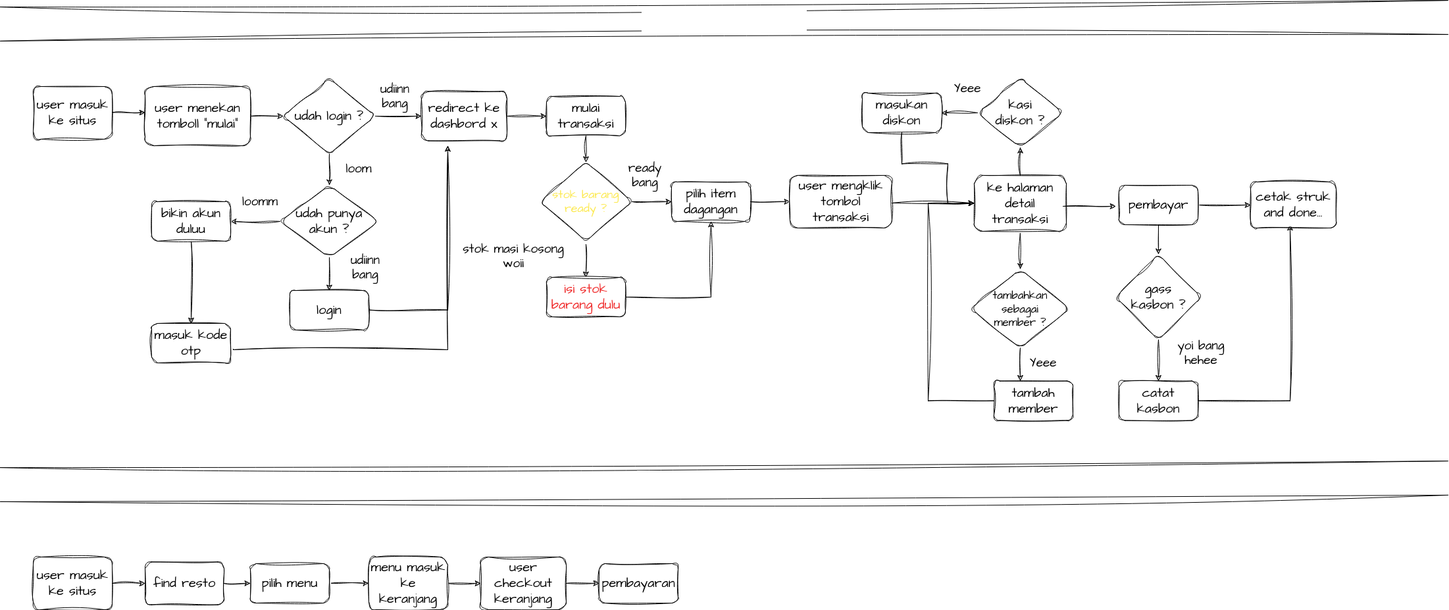
Earlier version of the draw.io export Untitled Diagram.drawio.png (Petrichor-Dev/mypos). Source tidied: cells renumbered, new cells last; positions are measured from the earlier drawing's top-left corner, leaving out a move shared by most shapes.
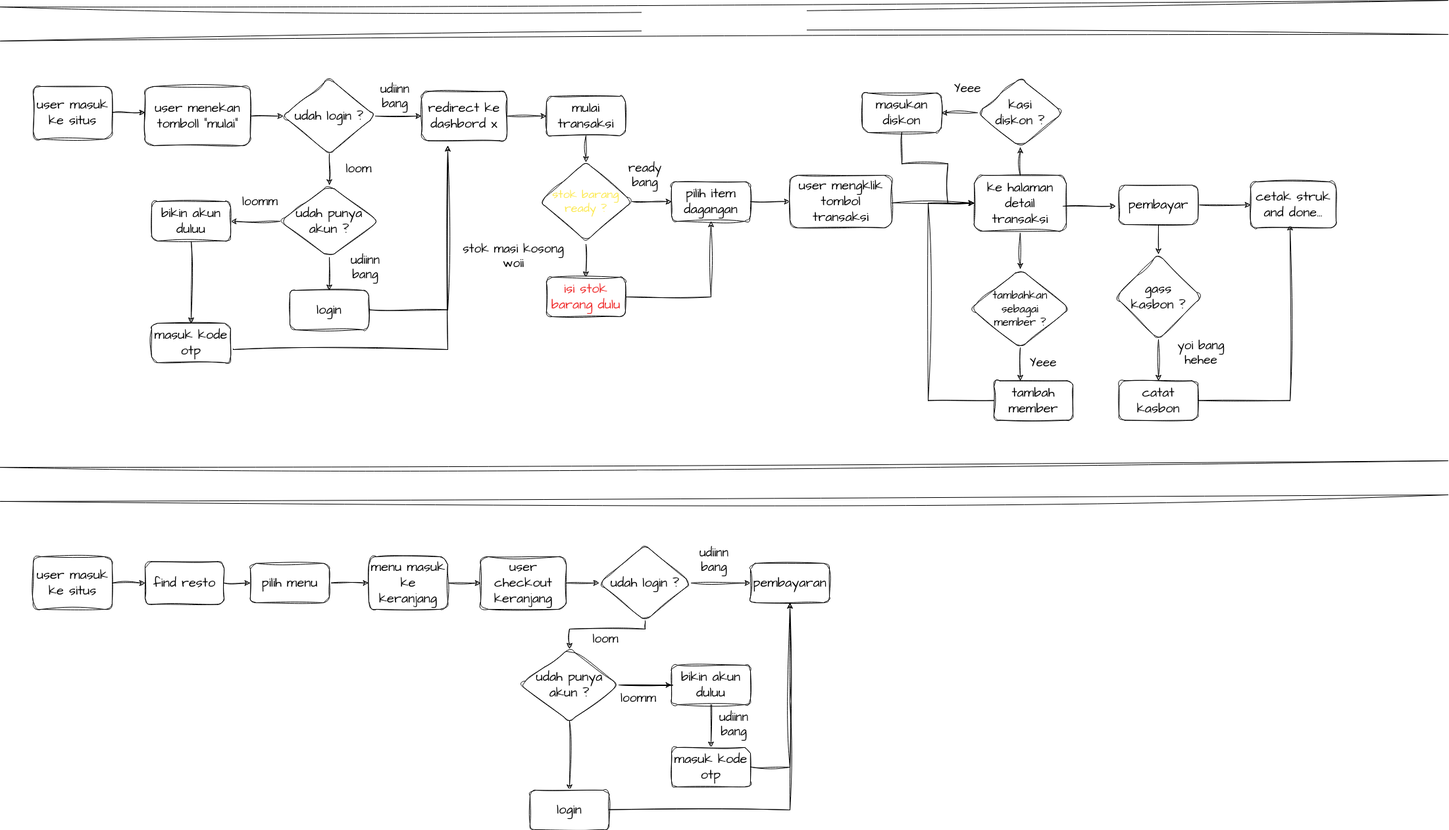
The same file after the commit.

Change to the diagram source:
```diff
@@ -266,14 +266,84 @@
     <mxCell id="73" value="menu masuk ke keranjang" style="whiteSpace=wrap;html=1;fontSize=20;fontFamily=Architects Daughter;rounded=1;sketch=1;curveFitting=1;jiggle=2;hachureGap=4;fontSource=https%3A%2F%2Ffonts.googleapis.com%2Fcss%3Ffamily%3DArchitects%2BDaughter;labelBackgroundColor=none;" parent="1" vertex="1">
       <mxGeometry x="560" y="820" width="120" height="80" as="geometry" />
     </mxCell>
-    <mxCell id="74" style="edgeStyle=orthogonalEdgeStyle;rounded=0;sketch=1;hachureGap=4;jiggle=2;curveFitting=1;jettySize=auto;html=1;fontFamily=Architects Daughter;fontSource=https%3A%2F%2Ffonts.googleapis.com%2Fcss%3Ffamily%3DArchitects%2BDaughter;fontSize=16;" parent="1" edge="1" source="75" target="76">
-      <mxGeometry relative="1" as="geometry" />
+    <mxCell id="74" style="edgeStyle=orthogonalEdgeStyle;rounded=0;sketch=1;hachureGap=4;jiggle=2;curveFitting=1;jettySize=auto;html=1;fontFamily=Architects Daughter;fontSource=https%3A%2F%2Ffonts.googleapis.com%2Fcss%3Ffamily%3DArchitects%2BDaughter;fontSize=16;" parent="1" edge="1" source="75">
+      <mxGeometry relative="1" as="geometry">
+        <mxPoint x="910" y="860" as="targetPoint" />
+      </mxGeometry>
     </mxCell>
     <mxCell id="75" value="user checkout keranjang" style="whiteSpace=wrap;html=1;fontSize=20;fontFamily=Architects Daughter;rounded=1;sketch=1;curveFitting=1;jiggle=2;hachureGap=4;fontSource=https%3A%2F%2Ffonts.googleapis.com%2Fcss%3Ffamily%3DArchitects%2BDaughter;labelBackgroundColor=none;" parent="1" vertex="1">
       <mxGeometry x="730" y="820" width="130" height="80" as="geometry" />
     </mxCell>
+    <mxCell id="77" style="edgeStyle=orthogonalEdgeStyle;rounded=0;sketch=1;hachureGap=4;jiggle=2;curveFitting=1;jettySize=auto;html=1;fontFamily=Architects Daughter;fontSource=https%3A%2F%2Ffonts.googleapis.com%2Fcss%3Ffamily%3DArchitects%2BDaughter;fontSize=17;labelBackgroundColor=none;fontColor=default;entryX=0.5;entryY=0;entryDx=0;entryDy=0;" parent="1" edge="1" source="79" target="90">
+      <mxGeometry relative="1" as="geometry">
+        <Array as="points">
+          <mxPoint x="980" y="930" />
+          <mxPoint x="865" y="930" />
+        </Array>
+      </mxGeometry>
+    </mxCell>
+    <mxCell id="78" style="edgeStyle=orthogonalEdgeStyle;rounded=0;sketch=1;hachureGap=4;jiggle=2;curveFitting=1;jettySize=auto;html=1;fontFamily=Architects Daughter;fontSource=https%3A%2F%2Ffonts.googleapis.com%2Fcss%3Ffamily%3DArchitects%2BDaughter;fontSize=16;" parent="1" edge="1" source="79" target="76">
+      <mxGeometry relative="1" as="geometry" />
+    </mxCell>
+    <mxCell id="79" value="udah login ?" style="rhombus;whiteSpace=wrap;html=1;fontSize=20;fontFamily=Architects Daughter;rounded=1;sketch=1;curveFitting=1;jiggle=2;hachureGap=4;fontSource=https%3A%2F%2Ffonts.googleapis.com%2Fcss%3Ffamily%3DArchitects%2BDaughter;labelBackgroundColor=none;" parent="1" vertex="1">
+      <mxGeometry x="910" y="802.5" width="140" height="115" as="geometry" />
+    </mxCell>
+    <mxCell id="80" value="&lt;font style=&quot;font-size: 19px;&quot;&gt;udiinn bang&lt;/font&gt;" style="text;strokeColor=none;align=center;fillColor=none;html=1;verticalAlign=middle;whiteSpace=wrap;rounded=0;sketch=1;hachureGap=4;jiggle=2;curveFitting=1;fontFamily=Architects Daughter;fontSource=https%3A%2F%2Ffonts.googleapis.com%2Fcss%3Ffamily%3DArchitects%2BDaughter;fontSize=19;labelBackgroundColor=none;" parent="1" vertex="1">
+      <mxGeometry x="1070" y="1060" width="90" height="30" as="geometry" />
+    </mxCell>
+    <mxCell id="81" value="&lt;font style=&quot;font-size: 19px;&quot;&gt;udiinn bang&lt;/font&gt;" style="text;strokeColor=none;align=center;fillColor=none;html=1;verticalAlign=middle;whiteSpace=wrap;rounded=0;sketch=1;hachureGap=4;jiggle=2;curveFitting=1;fontFamily=Architects Daughter;fontSource=https%3A%2F%2Ffonts.googleapis.com%2Fcss%3Ffamily%3DArchitects%2BDaughter;fontSize=19;labelBackgroundColor=none;" parent="1" vertex="1">
+      <mxGeometry x="1055" y="810" width="60" height="30" as="geometry" />
+    </mxCell>
+    <mxCell id="82" value="&lt;font style=&quot;font-size: 19px;&quot;&gt;loomm&lt;/font&gt;" style="text;strokeColor=none;align=center;fillColor=none;html=1;verticalAlign=middle;whiteSpace=wrap;rounded=0;sketch=1;hachureGap=4;jiggle=2;curveFitting=1;fontFamily=Architects Daughter;fontSource=https%3A%2F%2Ffonts.googleapis.com%2Fcss%3Ffamily%3DArchitects%2BDaughter;fontSize=19;labelBackgroundColor=none;" parent="1" vertex="1">
+      <mxGeometry x="940" y="1020" width="60" height="30" as="geometry" />
+    </mxCell>
+    <mxCell id="83" value="&lt;font style=&quot;font-size: 19px;&quot;&gt;loom&lt;/font&gt;" style="text;strokeColor=none;align=center;fillColor=none;html=1;verticalAlign=middle;whiteSpace=wrap;rounded=0;sketch=1;hachureGap=4;jiggle=2;curveFitting=1;fontFamily=Architects Daughter;fontSource=https%3A%2F%2Ffonts.googleapis.com%2Fcss%3Ffamily%3DArchitects%2BDaughter;fontSize=19;labelBackgroundColor=none;" parent="1" vertex="1">
+      <mxGeometry x="890" y="930" width="60" height="30" as="geometry" />
+    </mxCell>
+    <mxCell id="84" style="edgeStyle=orthogonalEdgeStyle;rounded=0;sketch=1;hachureGap=4;jiggle=2;curveFitting=1;jettySize=auto;html=1;fontFamily=Architects Daughter;fontSource=https%3A%2F%2Ffonts.googleapis.com%2Fcss%3Ffamily%3DArchitects%2BDaughter;fontSize=16;" parent="1" edge="1" source="90" target="86">
+      <mxGeometry relative="1" as="geometry" />
+    </mxCell>
+    <mxCell id="85" style="edgeStyle=orthogonalEdgeStyle;rounded=0;sketch=1;hachureGap=4;jiggle=2;curveFitting=1;jettySize=auto;html=1;fontFamily=Architects Daughter;fontSource=https%3A%2F%2Ffonts.googleapis.com%2Fcss%3Ffamily%3DArchitects%2BDaughter;fontSize=16;startArrow=none;" parent="1" edge="1" source="90" target="87">
+      <mxGeometry relative="1" as="geometry" />
+    </mxCell>
+    <mxCell id="86" value="bikin akun duluu" style="whiteSpace=wrap;html=1;fontSize=20;fontFamily=Architects Daughter;rounded=1;sketch=1;curveFitting=1;jiggle=2;hachureGap=4;fontSource=https%3A%2F%2Ffonts.googleapis.com%2Fcss%3Ffamily%3DArchitects%2BDaughter;labelBackgroundColor=none;" parent="1" vertex="1">
+      <mxGeometry x="1020" y="985" width="120" height="60" as="geometry" />
+    </mxCell>
+    <mxCell id="87" value="masuk kode otp" style="whiteSpace=wrap;html=1;fontSize=20;fontFamily=Architects Daughter;rounded=1;sketch=1;curveFitting=1;jiggle=2;hachureGap=4;fontSource=https%3A%2F%2Ffonts.googleapis.com%2Fcss%3Ffamily%3DArchitects%2BDaughter;labelBackgroundColor=none;" parent="1" vertex="1">
+      <mxGeometry x="1020" y="1110" width="120" height="60" as="geometry" />
+    </mxCell>
     <mxCell id="76" value="pembayaran" style="whiteSpace=wrap;html=1;fontSize=20;fontFamily=Architects Daughter;rounded=1;sketch=1;curveFitting=1;jiggle=2;hachureGap=4;fontSource=https%3A%2F%2Ffonts.googleapis.com%2Fcss%3Ffamily%3DArchitects%2BDaughter;labelBackgroundColor=none;" parent="1" vertex="1">
-      <mxGeometry x="910" y="830" width="120" height="60" as="geometry" />
+      <mxGeometry x="1140" y="830" width="120" height="60" as="geometry" />
     </mxCell>
+    <mxCell id="88" style="edgeStyle=orthogonalEdgeStyle;rounded=0;sketch=1;hachureGap=4;jiggle=2;curveFitting=1;jettySize=auto;html=1;fontFamily=Architects Daughter;fontSource=https%3A%2F%2Ffonts.googleapis.com%2Fcss%3Ffamily%3DArchitects%2BDaughter;fontSize=16;endArrow=none;" parent="1" edge="1" source="86" target="90">
+      <mxGeometry relative="1" as="geometry" />
+    </mxCell>
+    <mxCell id="89" style="edgeStyle=orthogonalEdgeStyle;rounded=0;sketch=1;hachureGap=4;jiggle=2;curveFitting=1;jettySize=auto;html=1;fontFamily=Architects Daughter;fontSource=https%3A%2F%2Ffonts.googleapis.com%2Fcss%3Ffamily%3DArchitects%2BDaughter;fontSize=16;" parent="1" edge="1" source="90" target="91">
+      <mxGeometry relative="1" as="geometry" />
+    </mxCell>
+    <mxCell id="90" value="udah punya akun ?" style="rhombus;whiteSpace=wrap;html=1;fontSize=20;fontFamily=Architects Daughter;rounded=1;sketch=1;curveFitting=1;jiggle=2;hachureGap=4;fontSource=https%3A%2F%2Ffonts.googleapis.com%2Fcss%3Ffamily%3DArchitects%2BDaughter;labelBackgroundColor=none;" parent="1" vertex="1">
+      <mxGeometry x="790" y="960" width="150" height="110" as="geometry" />
+    </mxCell>
+    <mxCell id="91" value="login" style="whiteSpace=wrap;html=1;fontSize=20;fontFamily=Architects Daughter;rounded=1;sketch=1;curveFitting=1;jiggle=2;hachureGap=4;fontSource=https%3A%2F%2Ffonts.googleapis.com%2Fcss%3Ffamily%3DArchitects%2BDaughter;labelBackgroundColor=none;" parent="1" vertex="1">
+      <mxGeometry x="805" y="1175" width="120" height="60" as="geometry" />
+    </mxCell>
+    <mxCell id="92" style="edgeStyle=none;jettySize=auto;html=1;rounded=0;sketch=1;hachureGap=4;jiggle=2;curveFitting=1;fontFamily=Architects Daughter;fontSource=https%3A%2F%2Ffonts.googleapis.com%2Fcss%3Ffamily%3DArchitects%2BDaughter;fontSize=16;entryX=0.5;entryY=1;entryDx=0;entryDy=0;" parent="1" edge="1" target="76">
+      <mxGeometry relative="1" as="geometry">
+        <mxPoint x="925" y="1204.6" as="sourcePoint" />
+        <Array as="points">
+          <mxPoint x="1200" y="1205" />
+          <mxPoint x="1200" y="1040" />
+        </Array>
+      </mxGeometry>
+    </mxCell>
+    <mxCell id="93" style="edgeStyle=none;orthogonalLoop=1;jettySize=auto;html=1;rounded=0;sketch=1;hachureGap=4;jiggle=2;curveFitting=1;fontFamily=Architects Daughter;fontSource=https%3A%2F%2Ffonts.googleapis.com%2Fcss%3Ffamily%3DArchitects%2BDaughter;fontSize=16;" parent="1" edge="1">
+      <mxGeometry relative="1" as="geometry">
+        <mxPoint x="1140" y="1139.6" as="sourcePoint" />
+        <mxPoint x="1200" y="890" as="targetPoint" />
+        <Array as="points">
+          <mxPoint x="1200" y="1140" />
+        </Array>
+      </mxGeometry>
+    </mxCell>
   </root>
 </mxGraphModel>
```
